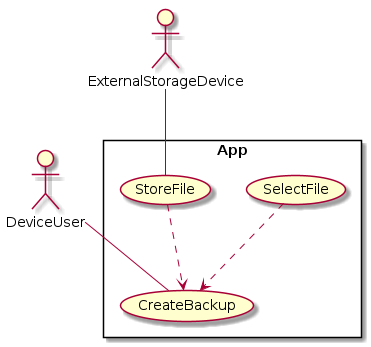
Above: docs/diag/gt/uc1.png in gentmantan/cen4010groupproject (PlantUML), before the change.
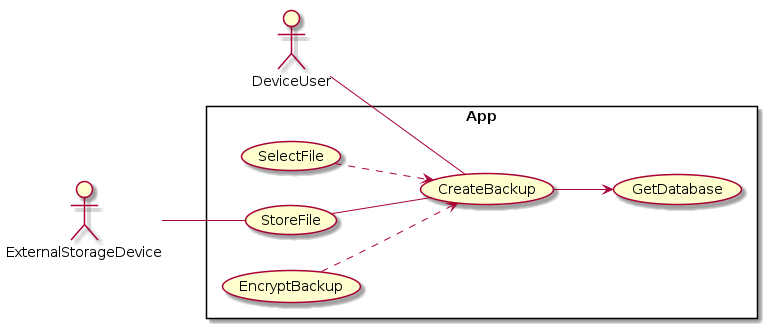
Above is the later version.

Commit message:
Revise usecase diagrams

Change to the diagram source:
```diff
@@ -1,5 +1,5 @@
 @startuml
-
+left to right direction
 actor DeviceUser as a1
 actor ExternalStorageDevice as a2
 
@@ -7,10 +7,14 @@
         usecase CreateBackup as u1
         usecase SelectFile as u2
         usecase StoreFile as u3
+        usecase EncryptBackup as u4
+        usecase GetDatabase as u5
 }
 
 a1 -- u1
 u2 ..> u1
-u3 ..> u1
+u3 -- u1
 a2 -- u3
+u1 --> u5
+u4 ..> u1
 @enduml
```
